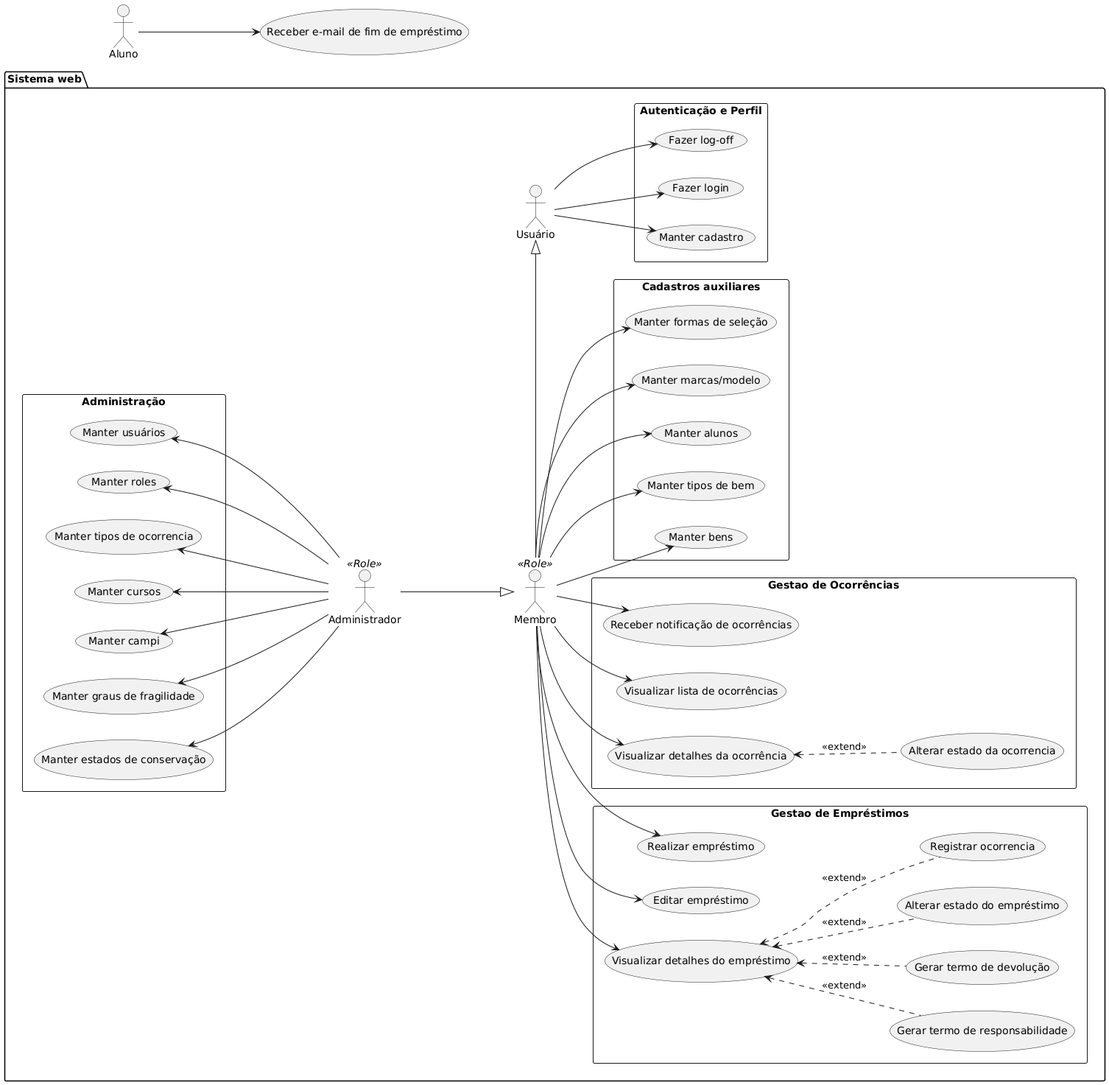
kavvata/sigemp keeps this PlantUML diagram as resources/usecases.png. Above is the earlier version.
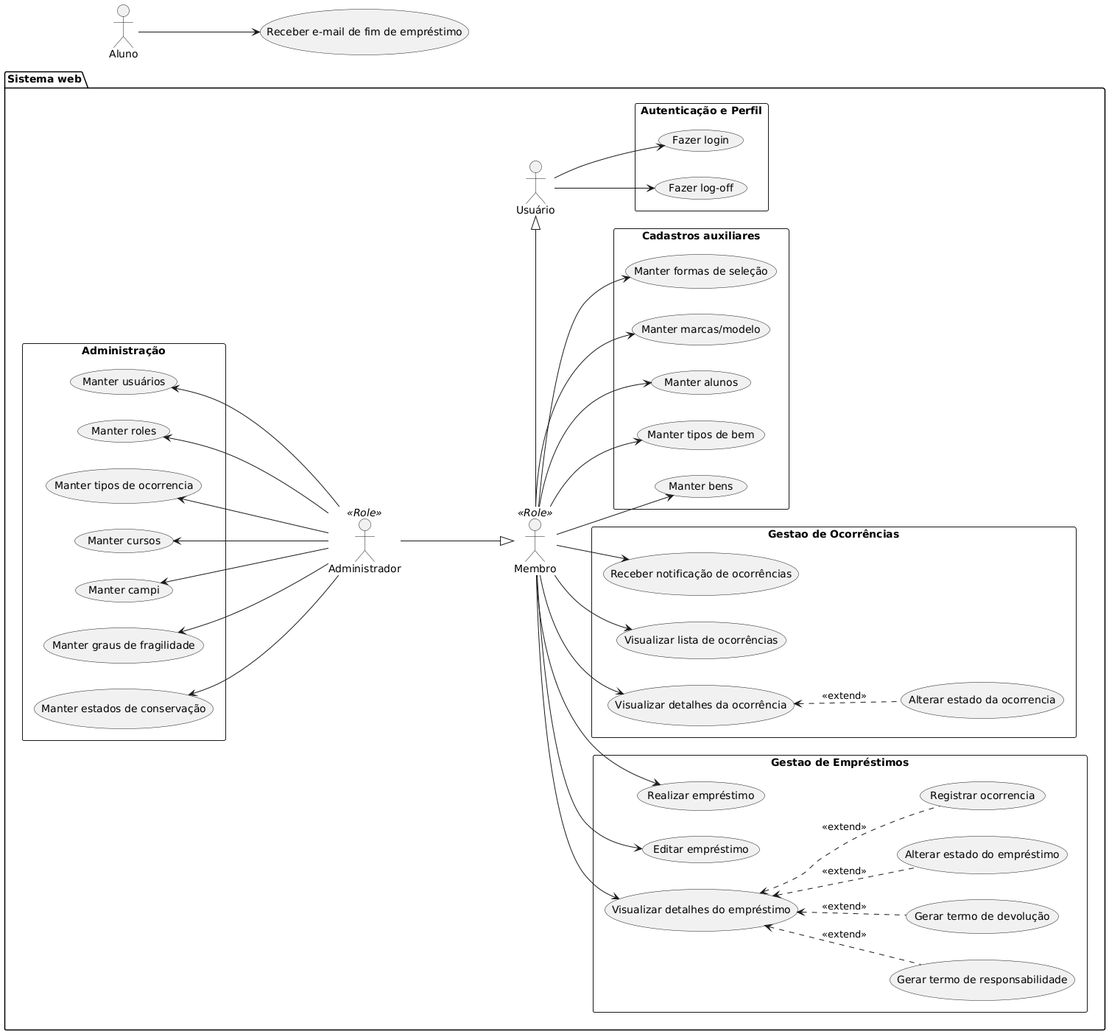
The same diagram one commit later.

Commit message:
docs(usecases): atualizado diagrama de casos de uso

The edit, as a diff of the source:
```diff
@@ -9,7 +9,6 @@
     rectangle "Autenticação e Perfil" {
         user -r-> (Fazer login)
         user --> (Fazer log-off)
-        user --> (Manter cadastro)
     }
 
     membro -r-|> user
```
